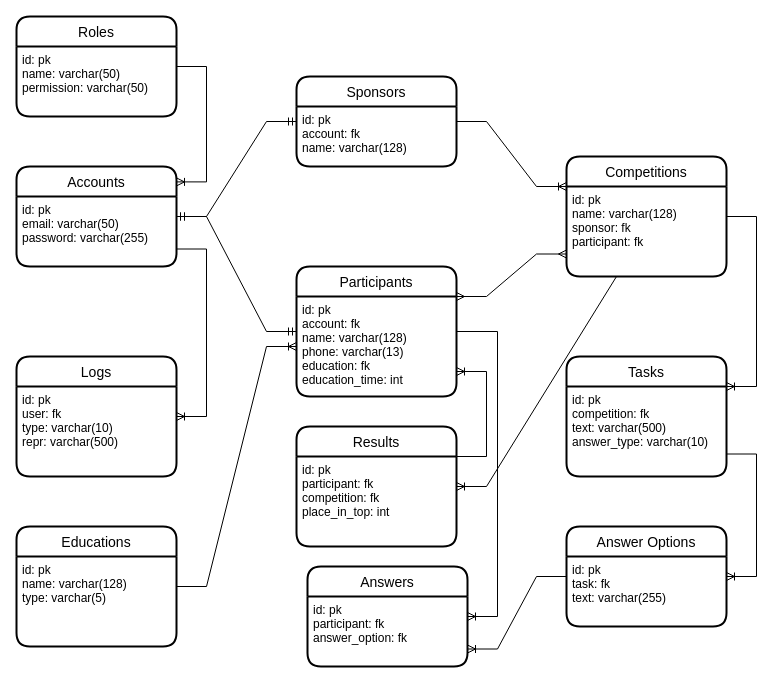
This is db_scheme.drawio from ialex-study/DB_Labs_2022, a draw.io file, before an edit. Source tidied: cells renumbered, new cells numbered last; positions are measured from the earlier drawing's top-left corner, leaving out a move shared by most shapes. Both pictures are drawn from the tidied source at 100%, with x=0, y=0 at pixel (16, 16).
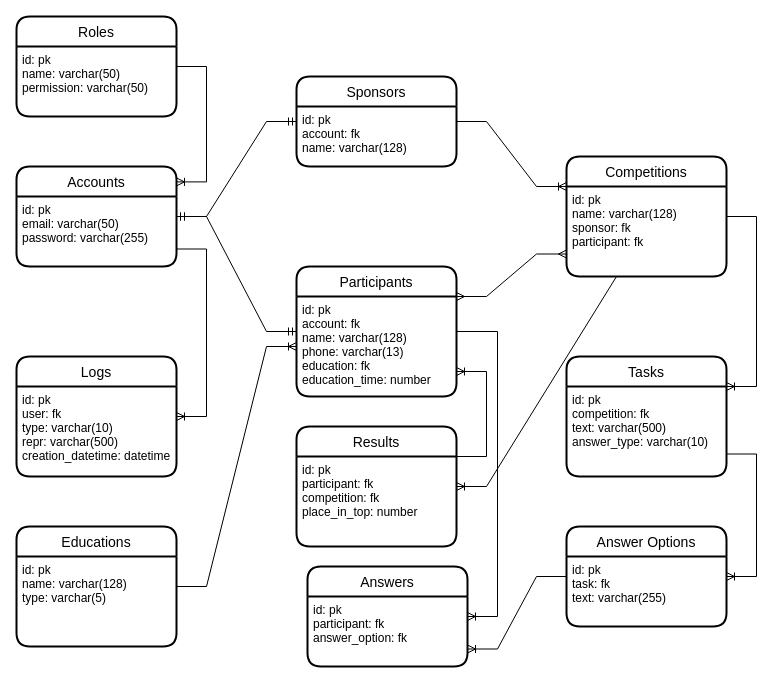
The same page after the edit.

Unchanged cells that the change refers to:
```xml
<mxCell id="14" value="Results" style="swimlane;horizontal=1;startSize=30;rounded=1;fontSize=14;fontStyle=0;strokeWidth=2;shadow=0;dashed=0;align=center;" parent="1" vertex="1">
  <mxGeometry x="280" y="410" width="160" height="120" as="geometry" />
</mxCell>
<mxCell id="18" value="Logs" style="swimlane;horizontal=1;startSize=30;rounded=1;fontSize=14;fontStyle=0;strokeWidth=2;shadow=0;dashed=0;align=center;" parent="1" vertex="1">
  <mxGeometry y="340" width="160" height="120" as="geometry" />
</mxCell>
<mxCell id="20" value="Participants" style="swimlane;horizontal=1;startSize=30;rounded=1;fontSize=14;fontStyle=0;strokeWidth=2;shadow=0;dashed=0;align=center;" parent="1" vertex="1">
  <mxGeometry x="280" y="250" width="160" height="130" as="geometry" />
</mxCell>
```

Change to the diagram source:
```diff
@@
-    <mxCell id="15" value="id: pk&#10;participant: fk&#10;competition: fk&#10;place_in_top: int" style="align=left;strokeColor=none;fillColor=none;spacingLeft=4;fontSize=12;verticalAlign=top;" parent="14" vertex="1">
+    <mxCell id="15" value="id: pk&#10;participant: fk&#10;competition: fk&#10;place_in_top: number" style="align=left;strokeColor=none;fillColor=none;spacingLeft=4;fontSize=12;verticalAlign=top;" parent="14" vertex="1">
       <mxGeometry y="30" width="160" height="90" as="geometry" />
     </mxCell>
@@
-    <mxCell id="19" value="id: pk&#10;user: fk&#10;type: varchar(10)&#10;repr: varchar(500)" style="align=left;strokeColor=none;fillColor=none;spacingLeft=4;fontSize=12;verticalAlign=top;" parent="18" vertex="1">
+    <mxCell id="19" value="id: pk&#10;user: fk&#10;type: varchar(10)&#10;repr: varchar(500)&#10;creation_datetime: datetime" style="align=left;strokeColor=none;fillColor=none;spacingLeft=4;fontSize=12;verticalAlign=top;" parent="18" vertex="1">
       <mxGeometry y="30" width="160" height="90" as="geometry" />
     </mxCell>
@@
-    <mxCell id="21" value="id: pk&#10;account: fk&#10;name: varchar(128)&#10;phone: varchar(13)&#10;education: fk&#10;education_time: int" style="align=left;strokeColor=none;fillColor=none;spacingLeft=4;fontSize=12;verticalAlign=top;" parent="20" vertex="1">
+    <mxCell id="21" value="id: pk&#10;account: fk&#10;name: varchar(128)&#10;phone: varchar(13)&#10;education: fk&#10;education_time: number" style="align=left;strokeColor=none;fillColor=none;spacingLeft=4;fontSize=12;verticalAlign=top;" parent="20" vertex="1">
       <mxGeometry y="30" width="160" height="100" as="geometry" />
     </mxCell>
```
